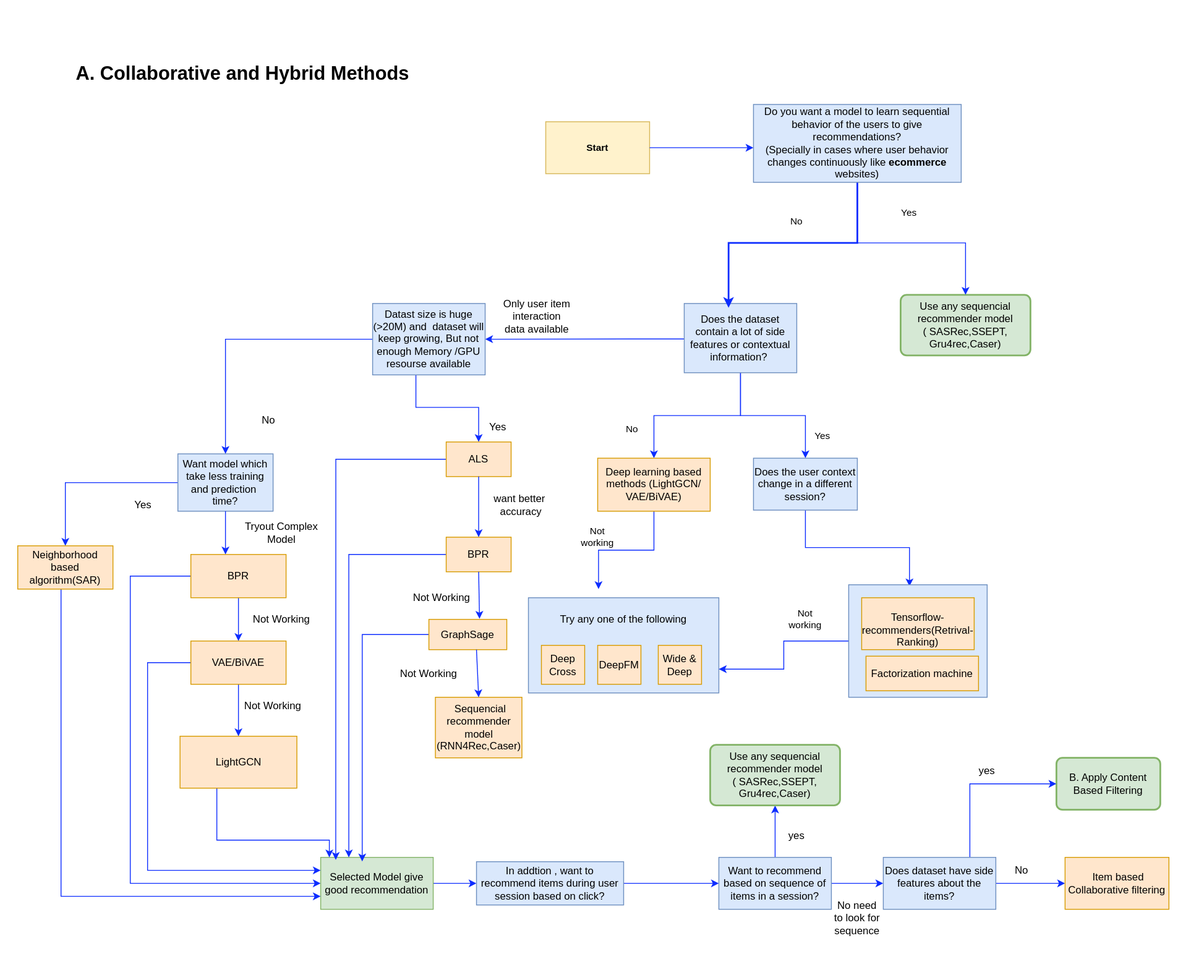
Earlier version of the draw.io export images/collaborative and hybrid.svg (csekankan/MTP-Recommender). Source tidied: cells renumbered, new cells last; positions are measured from the earlier drawing's top-left corner, leaving out a move shared by most shapes.
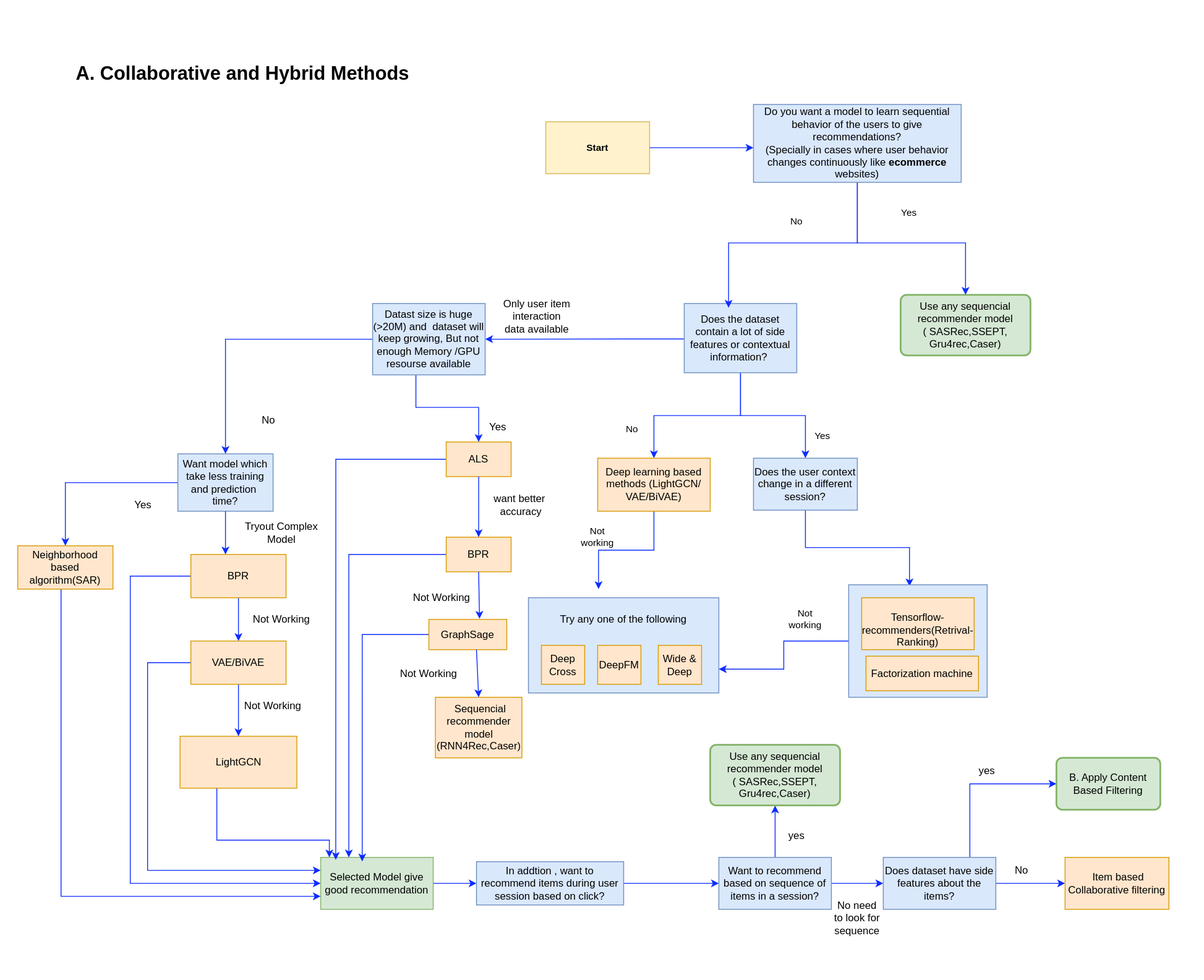
After the commit.

What changed in the source:
```diff
@@ -140,7 +140,7 @@
     <mxCell id="40" value="Tryout Complex Model" style="text;html=1;strokeColor=none;fillColor=none;align=center;verticalAlign=middle;whiteSpace=wrap;rounded=0;" parent="1" vertex="1">
       <mxGeometry x="280" y="600" width="90" height="30" as="geometry" />
     </mxCell>
-    <mxCell id="41" style="edgeStyle=orthogonalEdgeStyle;rounded=0;jettySize=auto;html=1;entryX=0.394;entryY=0.062;entryDx=0;entryDy=0;entryPerimeter=0;strokeColor=#0D2DFF;strokeWidth=2;" parent="1" edge="1" source="43" target="13">
+    <mxCell id="41" style="edgeStyle=orthogonalEdgeStyle;rounded=0;jettySize=auto;html=1;entryX=0.394;entryY=0.062;entryDx=0;entryDy=0;entryPerimeter=0;strokeColor=#0D2DFF;strokeWidth=1;" parent="1" edge="1" source="43" target="13">
       <mxGeometry relative="1" as="geometry" />
     </mxCell>
     <mxCell id="42" style="edgeStyle=orthogonalEdgeStyle;rounded=0;jettySize=auto;html=1;strokeColor=#0D2DFF;strokeWidth=1;fontSize=22;" parent="1" edge="1" source="43" target="24">
```
